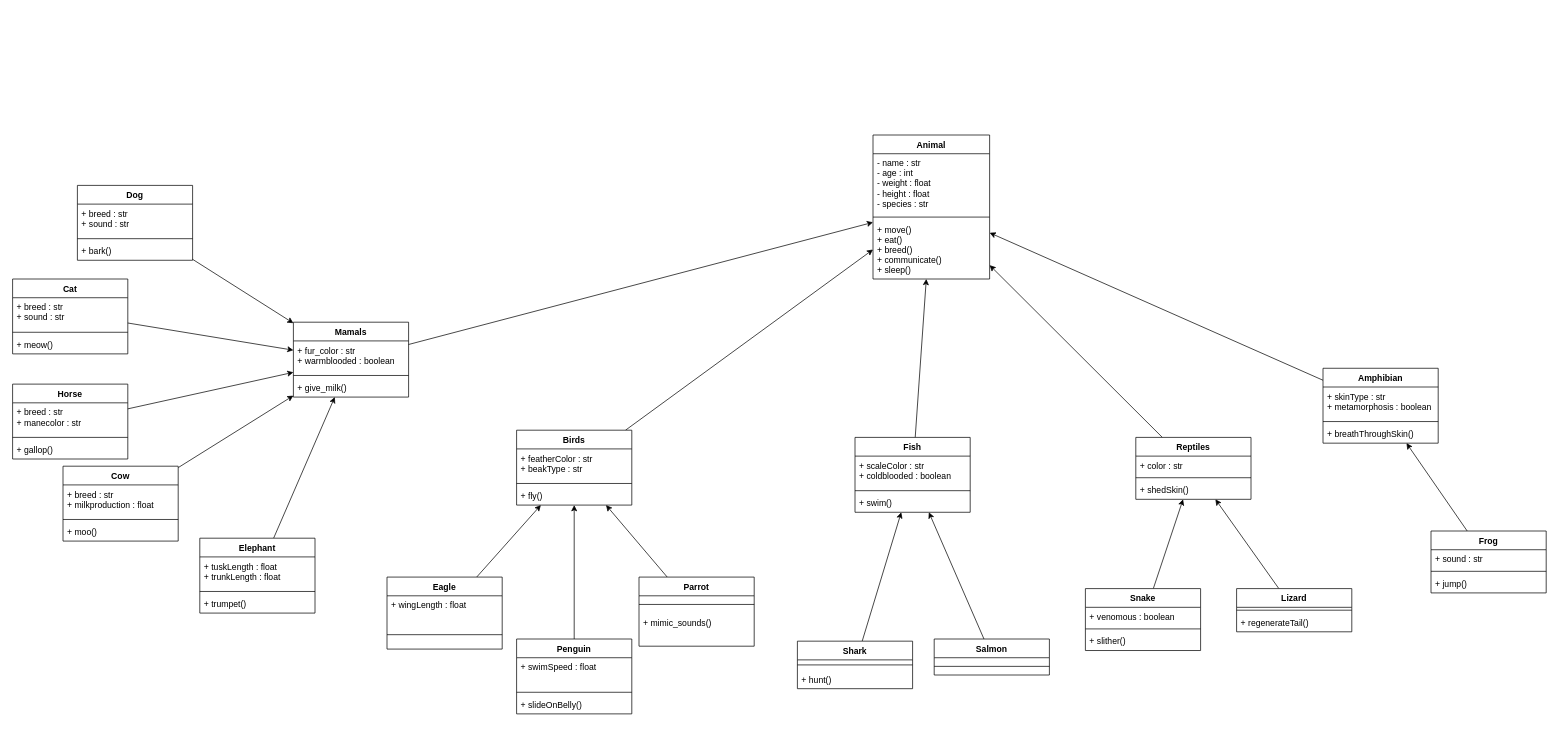
This is Animal.drawio from Hossein-MJafari/exercise-1, a draw.io file, before an edit. Source tidied: cells renumbered, new cells numbered last; positions are measured from the earlier drawing's top-left corner, leaving out a move shared by most shapes. Both pictures are drawn from the tidied source at 72%, with x=0, y=0 at pixel (12, 135).
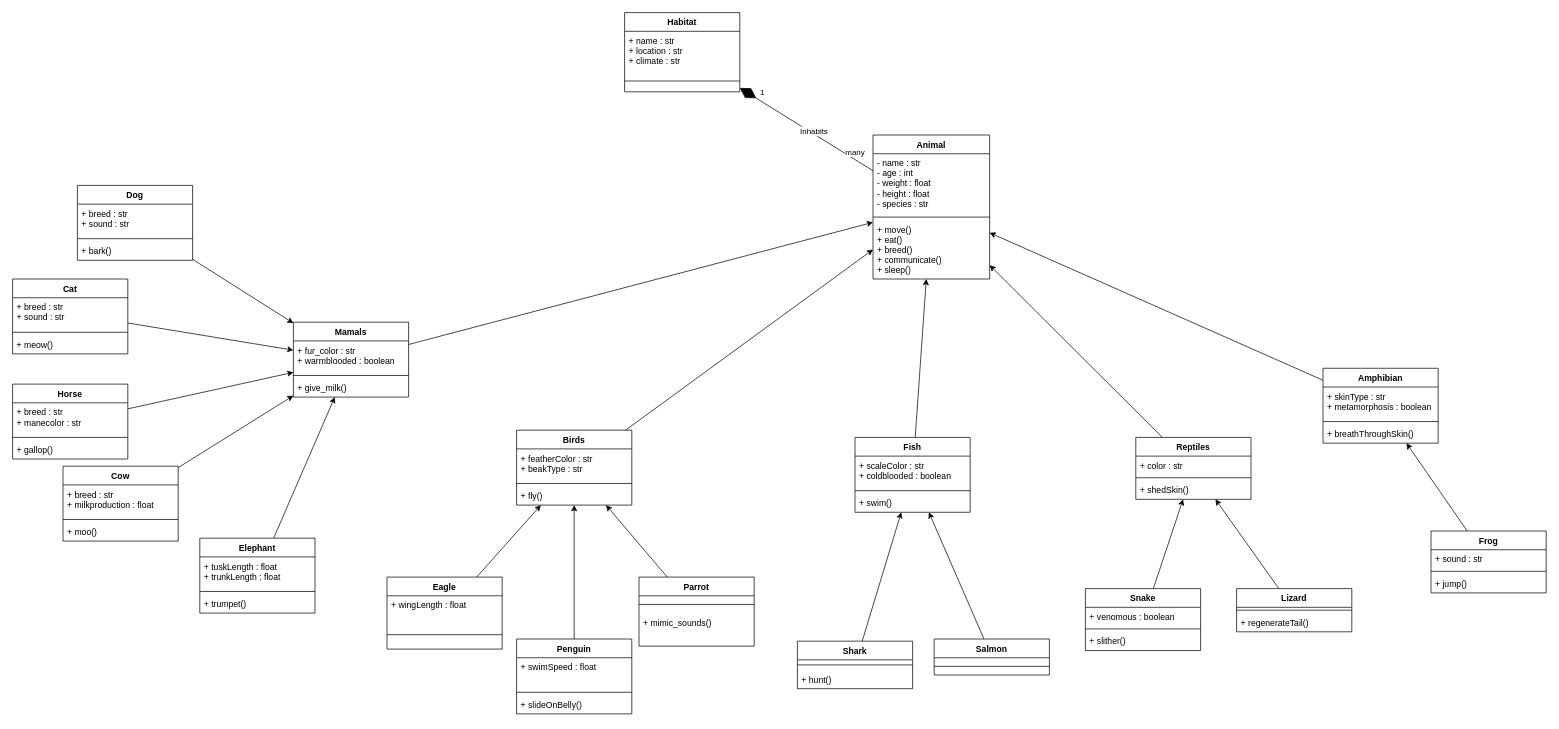
Above is the later version.

Commit message:
Added the Habitat class.

The change refers to these unchanged cells:
```xml
<mxCell id="2" value="Animal" style="swimlane;fontStyle=1;align=center;verticalAlign=top;horizontal=1;startSize=26;" parent="1" vertex="1">
  <mxGeometry x="1195" width="162" height="200" as="geometry" />
</mxCell>
```

Change to the diagram source:
```diff
@@
+    <mxCell id="90" value="Habitat" style="swimlane;fontStyle=1;align=center;verticalAlign=top;horizontal=1;startSize=26;" parent="1" vertex="1">
+      <mxGeometry x="850" y="-170" width="160" height="110" as="geometry" />
+    </mxCell>
+    <mxCell id="91" value="+ name : str&#10;+ location : str&#10;+ climate : str" style="text;strokeColor=none;fillColor=none;align=left;verticalAlign=top;spacingLeft=4;spacingRight=4;overflow=hidden;" parent="90" vertex="1">
+      <mxGeometry y="26" width="160" height="54" as="geometry" />
+    </mxCell>
+    <mxCell id="92" style="line;strokeWidth=1;fillColor=none;align=left;verticalAlign=middle;spacingTop=-1;spacingLeft=3;spacingRight=3;labelPosition=right;strokeColor=inherit;" parent="90" vertex="1">
+      <mxGeometry y="80" width="160" height="30" as="geometry" />
+    </mxCell>
+    <mxCell id="93" style="endArrow=diamondThin;endFill=1;endSize=24;html=1;" parent="1" edge="1" source="2" target="90">
+      <mxGeometry relative="1" as="geometry" />
+    </mxCell>
+    <mxCell id="94" value="1" style="edgeLabel;html=1;align=center;verticalAlign=middle;" parent="93" vertex="1">
+      <mxGeometry x="0.84" y="-2" relative="1" as="geometry">
+        <mxPoint x="14" y="-2" as="offset" />
+      </mxGeometry>
+    </mxCell>
+    <mxCell id="95" value="many" style="edgeLabel;html=1;align=center;verticalAlign=middle;" parent="93" vertex="1">
+      <mxGeometry x="-0.6" y="-3" relative="1" as="geometry">
+        <mxPoint x="10" as="offset" />
+      </mxGeometry>
+    </mxCell>
+    <mxCell id="96" value="Inhabits" style="edgeLabel;html=1;align=center;verticalAlign=middle;" parent="93" vertex="1">
+      <mxGeometry x="-0.09" y="-3" relative="1" as="geometry" />
+    </mxCell>
```
